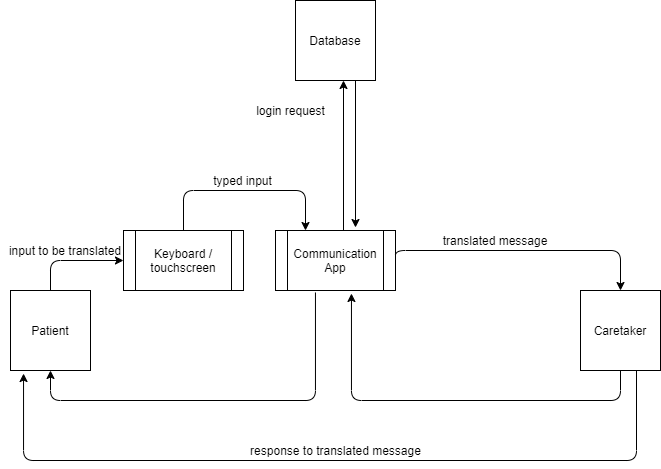
Earlier version of the draw.io export Comm App - Context Diagram.png (colemank0259/CSC-289_Group3). Source tidied: cells renumbered, new cells last; positions are measured from the earlier drawing's top-left corner, leaving out a move shared by most shapes.
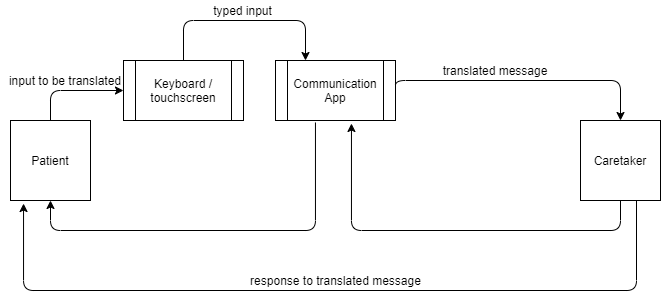
After the change.

Commit message:
Added Comm App - Context Diagram (Version 4).png

Change to the diagram source:
```diff
@@ -2,9 +2,6 @@
   <root>
     <mxCell id="0" />
     <mxCell id="1" parent="0" />
-    <mxCell id="2" value="Database" style="whiteSpace=wrap;html=1;" parent="1" vertex="1">
-      <mxGeometry x="295" width="80" height="80" as="geometry" />
-    </mxCell>
     <mxCell id="3" value="Caretaker" style="whiteSpace=wrap;html=1;" parent="1" vertex="1">
       <mxGeometry x="580" y="290" width="80" height="80" as="geometry" />
     </mxCell>
@@ -60,9 +57,6 @@
     <mxCell id="13" value="response to translated message" style="text;html=1;strokeColor=none;fillColor=none;align=center;verticalAlign=middle;whiteSpace=wrap;rounded=0;" parent="1" vertex="1">
       <mxGeometry x="243" y="440" width="185" height="20" as="geometry" />
     </mxCell>
-    <mxCell id="14" value="login request" style="text;html=1;strokeColor=none;fillColor=none;align=center;verticalAlign=middle;whiteSpace=wrap;rounded=0;" parent="1" vertex="1">
-      <mxGeometry x="243" y="100" width="95" height="20" as="geometry" />
-    </mxCell>
     <mxCell id="15" value="Keyboard / touchscreen" style="shape=process;whiteSpace=wrap;html=1;backgroundOutline=1;" parent="1" vertex="1">
       <mxGeometry x="123" y="230" width="120" height="60" as="geometry" />
     </mxCell>
@@ -74,17 +68,6 @@
         </Array>
       </mxGeometry>
     </mxCell>
-    <mxCell id="17" style="endArrow=classic;html=1;" parent="1" edge="1">
-      <mxGeometry relative="1" as="geometry">
-        <mxPoint x="343" y="230" as="sourcePoint" />
-        <mxPoint x="343" y="80" as="targetPoint" />
-      </mxGeometry>
-    </mxCell>
-    <mxCell id="18" style="endArrow=classic;html=1;exitX=0.75;exitY=1;exitDx=0;exitDy=0;" parent="1" edge="1" source="2">
-      <mxGeometry relative="1" as="geometry">
-        <mxPoint x="355" y="227" as="targetPoint" />
-      </mxGeometry>
-    </mxCell>
     <mxCell id="19" value="typed input" style="text;html=1;strokeColor=none;fillColor=none;align=center;verticalAlign=middle;whiteSpace=wrap;rounded=0;" parent="1" vertex="1">
       <mxGeometry x="210" y="170" width="65" height="20" as="geometry" />
     </mxCell>
```
